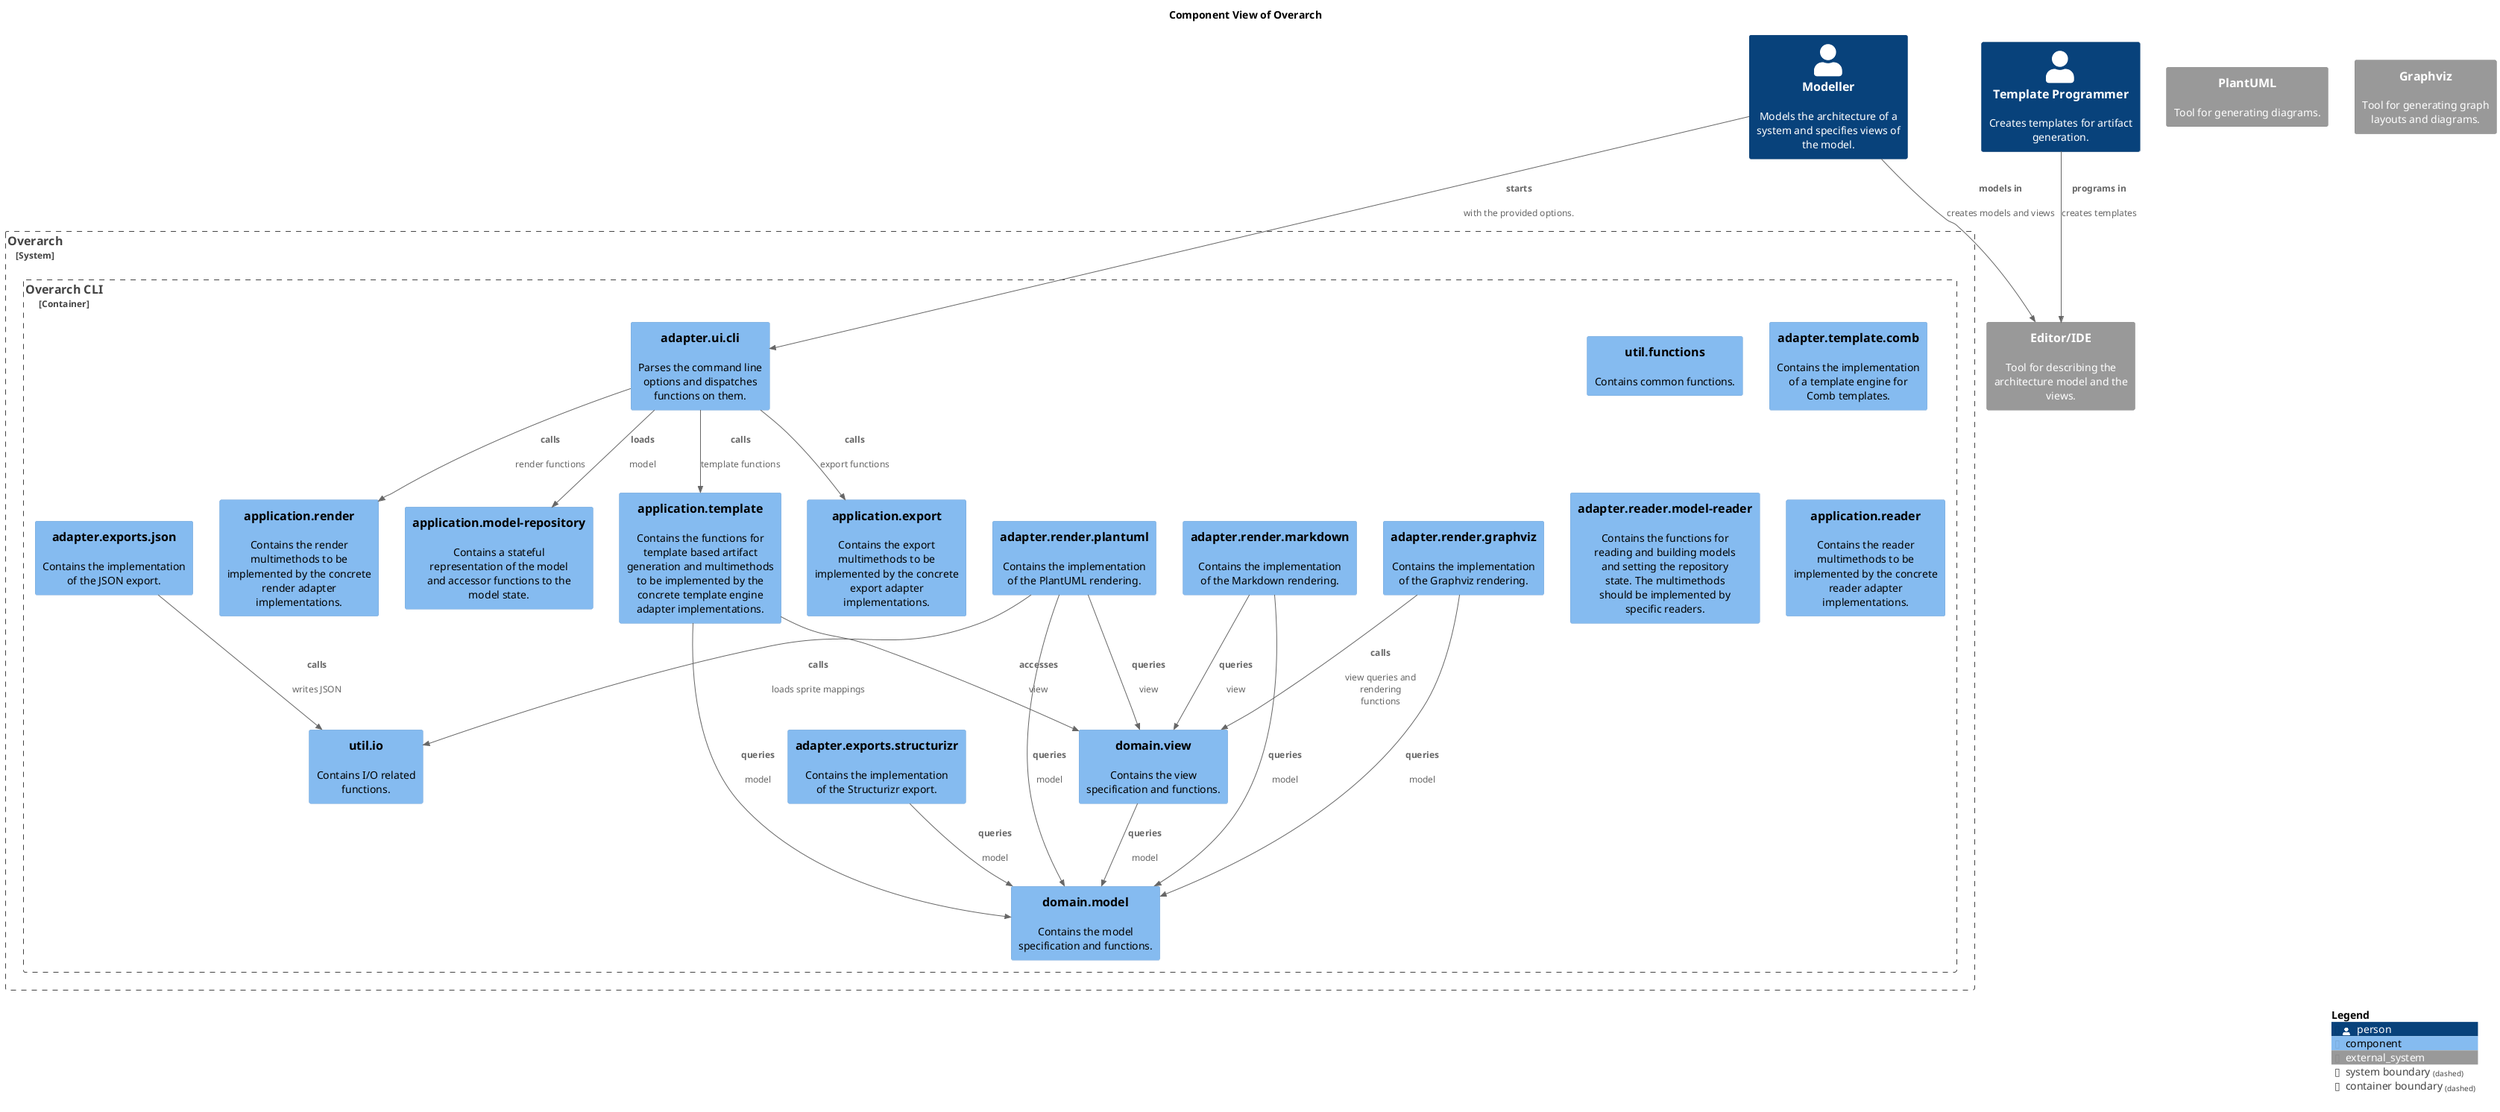
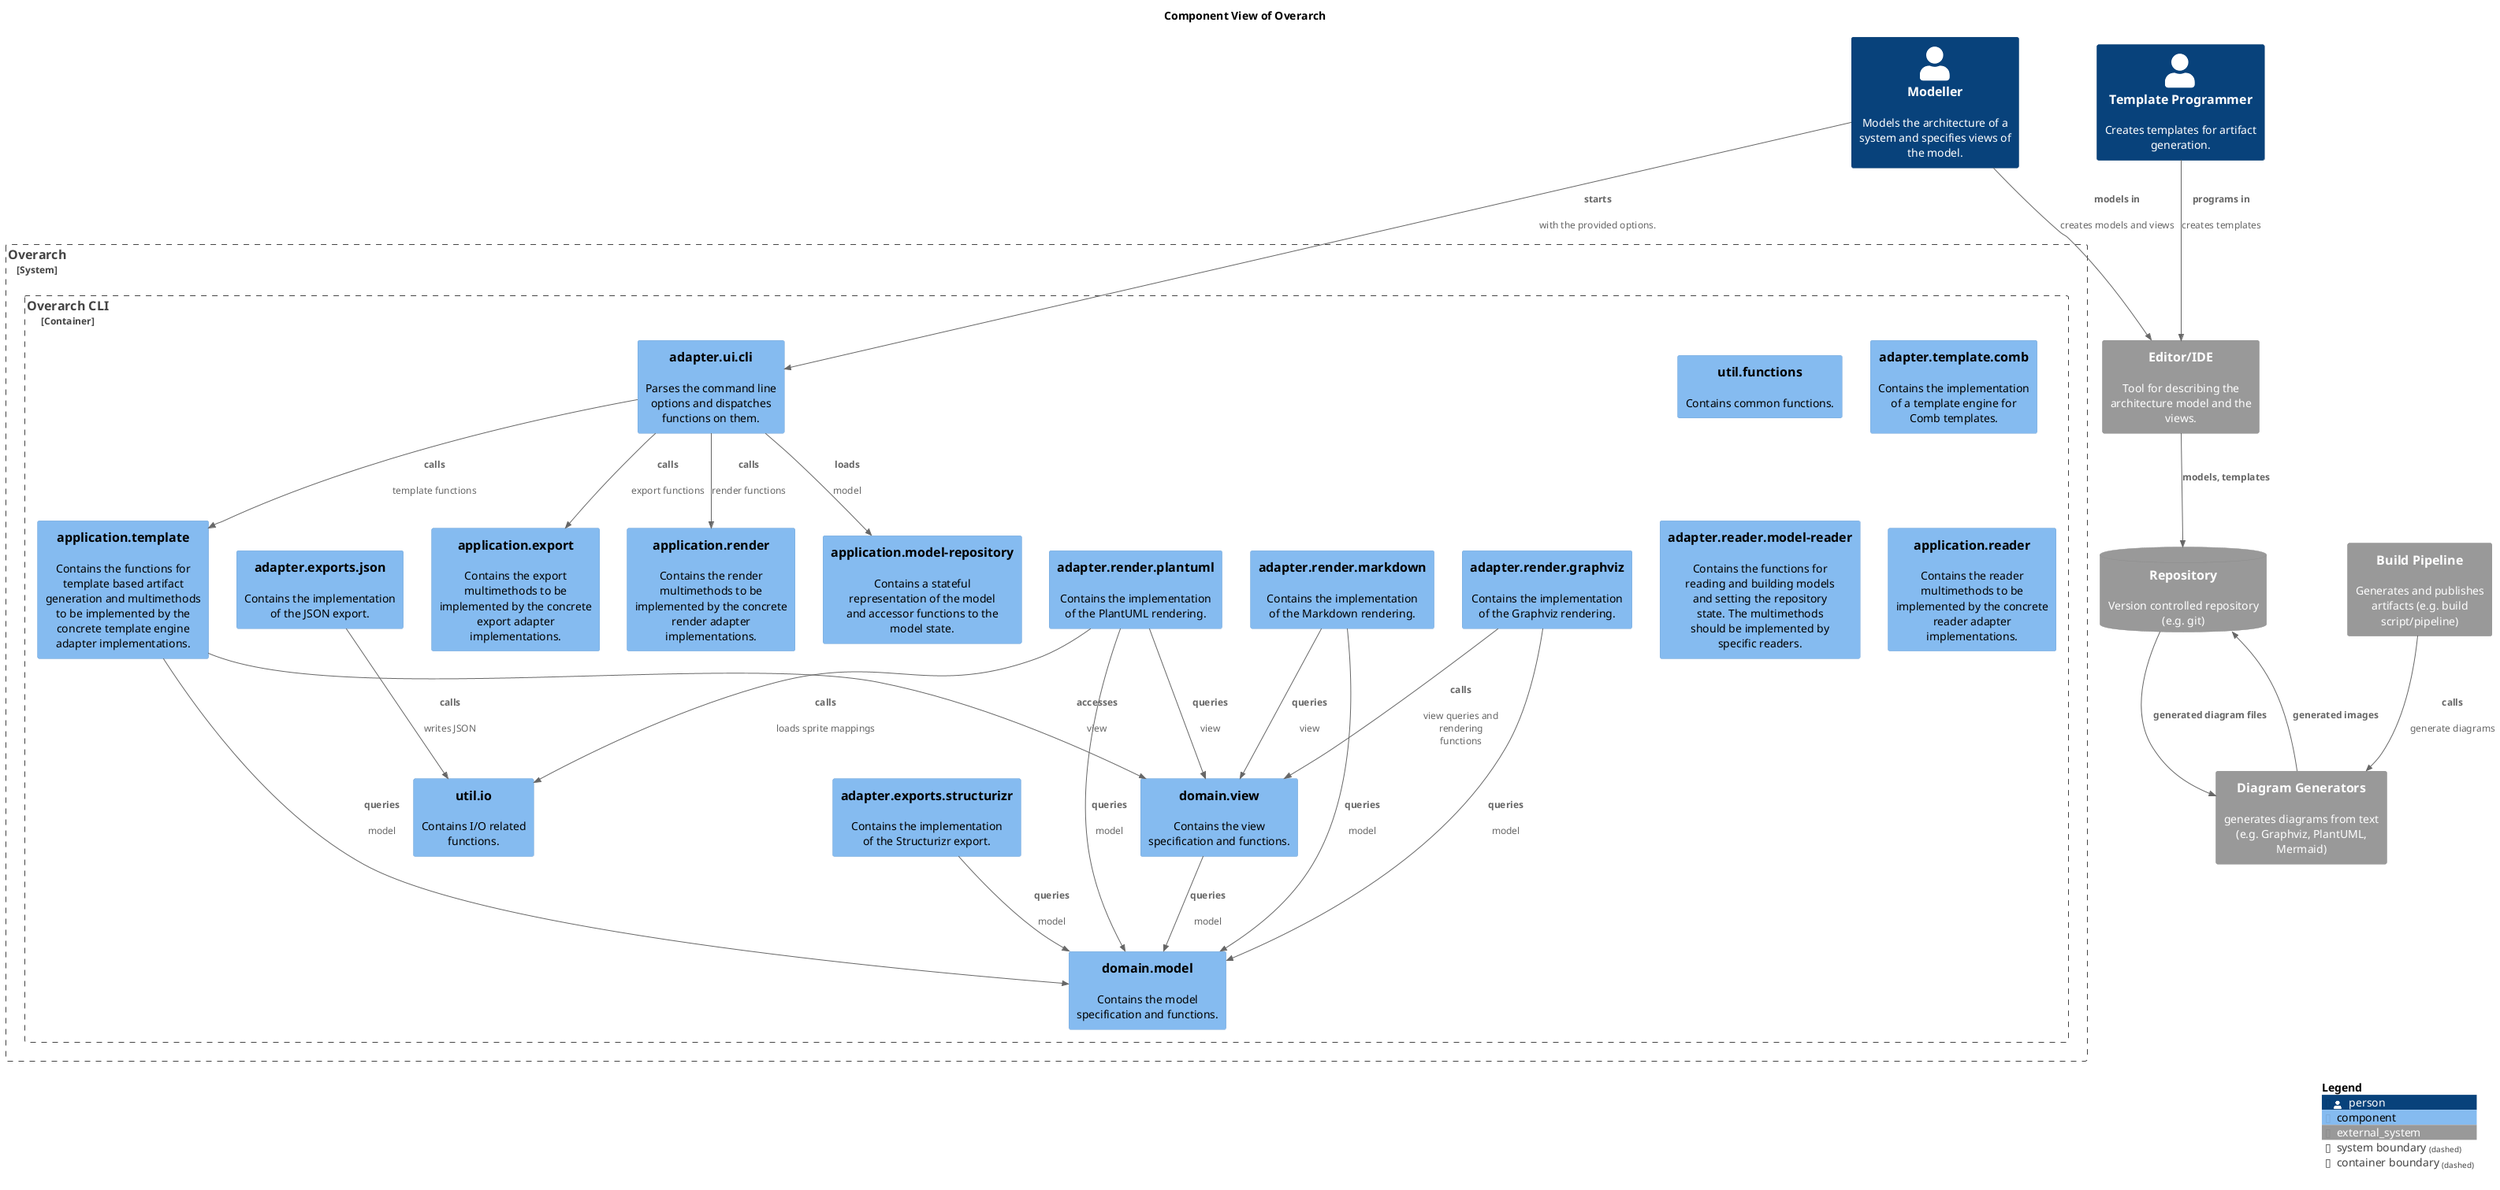
@startuml component-view
!include <C4/C4_Component.puml>
!include <awslib14/AWSCommon>
!include <awslib14/AWSC4Integration>
!include <azure/AzureCommon>
!include <azure/AzureC4Integration>
!include <tupadr3/common>
!include <tupadr3/devicons/clojure>







title Component View of Overarch
System_Ext(overarch_architecture_editor, "Editor/IDE", $descr="Tool for describing the architecture model and the views.")
Person(overarch_roles_modeller, "Modeller", $descr="Models the architecture of a system and specifies views of the model.")
Person(overarch_roles_templateProgrammer, "Template Programmer", $descr="Creates templates for artifact generation.")
- System_Ext(overarch_architecture_plantuml, "PlantUML", $descr="Tool for generating diagrams.")
- System_Ext(overarch_architecture_graphviz, "Graphviz", $descr="Tool for generating graph layouts and diagrams.")
+ System_Ext(overarch_architecture_diagramGenerator, "Diagram Generators", $descr="generates diagrams from text (e.g. Graphviz, PlantUML, Mermaid)")
System_Boundary(overarch_architecture_overarch, "Overarch") {
  Container_Boundary(overarch_architecture_overarchCli, "Overarch CLI") {
    Component(overarch_util_functions, "util.functions", $descr="Contains common functions.")
    Component(overarch_domain_view, "domain.view", $descr="Contains the view specification and functions.")
    Component(overarch_application_modelRepository, "application.model-repository", $descr="Contains a stateful representation of the model and accessor functions to the model state.")
    Component(overarch_application_template, "application.template", $descr="Contains the functions for template based artifact generation and multimethods to be implemented by the concrete template engine adapter implementations.")
    Component(overarch_adapter_render_graphviz, "adapter.render.graphviz", $descr="Contains the implementation of the Graphviz rendering.")
    Component(overarch_domain_model, "domain.model", $descr="Contains the model specification and functions.")
    Component(overarch_adapter_template_comb, "adapter.template.comb", $descr="Contains the implementation of a template engine for Comb templates.")
    Component(overarch_adapter_render_plantuml, "adapter.render.plantuml", $descr="Contains the implementation of the PlantUML rendering.")
    Component(overarch_adapter_exports_json, "adapter.exports.json", $descr="Contains the implementation of the JSON export.")
    Component(overarch_util_io, "util.io", $descr="Contains I/O related functions.")
    Component(overarch_adapter_render_markdown, "adapter.render.markdown", $descr="Contains the implementation of the Markdown rendering.")
    Component(overarch_application_export, "application.export", $descr="Contains the export multimethods to be implemented by the concrete export adapter implementations.")
    Component(overarch_application_render, "application.render", $descr="Contains the render multimethods to be implemented by the concrete render adapter implementations.")
    Component(overarch_adapter_reader_modelReader, "adapter.reader.model-reader", $descr="Contains the functions for reading and building models and setting the repository state. The multimethods should be implemented by specific readers.")
    Component(overarch_application_reader, "application.reader", $descr="Contains the reader multimethods to be implemented by the concrete reader adapter implementations.")
    Component(overarch_adapter_exports_structurizr, "adapter.exports.structurizr", $descr="Contains the implementation of the Structurizr export.")
    Component(overarch_adapter_ui_cli, "adapter.ui.cli", $descr="Parses the command line options and dispatches functions on them.")
  }
}
+ System_Ext(overarch_architecture_buildPipeline, "Build Pipeline", $descr="Generates and publishes artifacts (e.g. build script/pipeline)")
+ SystemDb_Ext(overarch_architecture_vcRepository, "Repository", $descr="Version controlled repository (e.g. git)")
Rel(overarch_adapter_exports_structurizr, overarch_domain_model, "queries", $descr="model")
Rel(overarch_application_template, overarch_domain_view, "accesses", $descr="view")
+ Rel(overarch_architecture_vcRepository, overarch_architecture_diagramGenerator, "generated diagram files")
Rel(overarch_adapter_ui_cli, overarch_application_export, "calls", $descr="export functions")
Rel(overarch_adapter_render_plantuml, overarch_util_io, "calls", $descr="loads sprite mappings")
Rel(overarch_adapter_render_markdown, overarch_domain_model, "queries", $descr="model")
Rel(overarch_adapter_render_plantuml, overarch_domain_view, "queries", $descr="view")
Rel(overarch_roles_modeller, overarch_adapter_ui_cli, "starts", $descr="with the provided options.")
Rel(overarch_adapter_ui_cli, overarch_application_template, "calls", $descr="template functions")
Rel(overarch_adapter_ui_cli, overarch_application_modelRepository, "loads", $descr="model")
Rel(overarch_application_template, overarch_domain_model, "queries", $descr="model")
Rel(overarch_adapter_render_graphviz, overarch_domain_view, "calls", $descr="view queries and rendering functions")
+ Rel(overarch_architecture_editor, overarch_architecture_vcRepository, "models, templates", $descr="")
Rel(overarch_roles_templateProgrammer, overarch_architecture_editor, "programs in", $descr="creates templates")
Rel(overarch_adapter_render_graphviz, overarch_domain_model, "queries", $descr="model")
Rel(overarch_adapter_render_markdown, overarch_domain_view, "queries", $descr="view")
Rel(overarch_roles_modeller, overarch_architecture_editor, "models in", $descr="creates models and views")
+ Rel(overarch_architecture_buildPipeline, overarch_architecture_diagramGenerator, "calls", $descr="generate diagrams")
Rel(overarch_adapter_ui_cli, overarch_application_render, "calls", $descr="render functions")
+ Rel(overarch_architecture_diagramGenerator, overarch_architecture_vcRepository, "generated images")
Rel(overarch_adapter_exports_json, overarch_util_io, "calls", $descr="writes JSON")
Rel(overarch_domain_view, overarch_domain_model, "queries", $descr="model")
Rel(overarch_adapter_render_plantuml, overarch_domain_model, "queries", $descr="model")
SHOW_LEGEND()
@enduml
